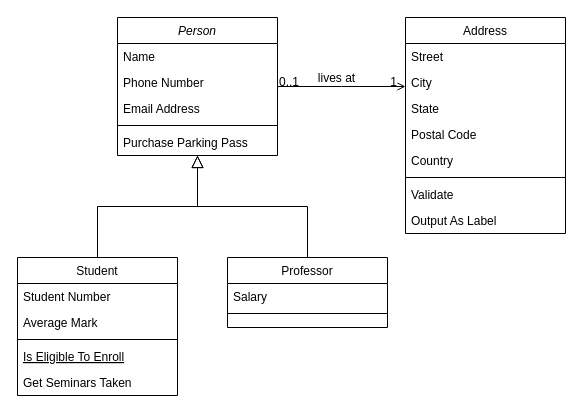
Above: AuthorBooks.drawio in tamarajovicic1/Tamara_Jovicic_SP25 (draw.io), before the change. Source tidied: cells renumbered, new cells numbered last; positions are measured from the earlier drawing's top-left corner, leaving out a move shared by most shapes. Both pictures are drawn from the tidied source at 100%, with x=0, y=0 at pixel (17, 17).
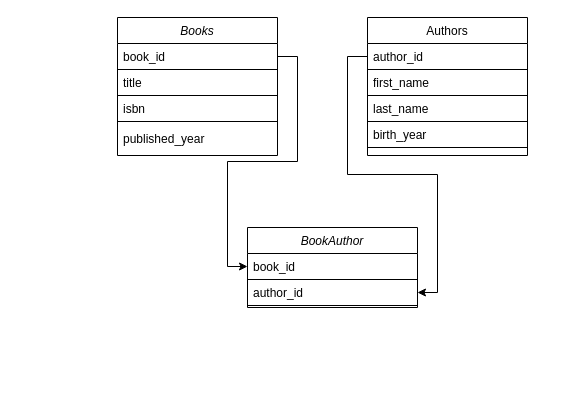
After the change.

Change to the diagram source:
```diff
@@
-    <mxCell id="2" value="Person" style="swimlane;fontStyle=2;align=center;verticalAlign=top;horizontal=1;startSize=26;rounded=0;shadow=0;strokeWidth=1;" parent="1" vertex="1">
+    <mxCell id="2" value="Books" style="swimlane;fontStyle=2;align=center;verticalAlign=top;horizontal=1;startSize=26;rounded=0;shadow=0;strokeWidth=1;" parent="1" vertex="1">
       <mxGeometry x="100" width="160" height="138" as="geometry" />
     </mxCell>
-    <mxCell id="3" value="Name" style="text;align=left;verticalAlign=top;spacingLeft=4;spacingRight=4;overflow=hidden;points=[[0,0.5],[1,0.5]];portConstraint=eastwest;" parent="2" vertex="1">
+    <mxCell id="3" value="book_id" style="text;align=left;verticalAlign=top;spacingLeft=4;spacingRight=4;overflow=hidden;points=[[0,0.5],[1,0.5]];portConstraint=eastwest;" parent="2" vertex="1">
       <mxGeometry y="26" width="160" height="26" as="geometry" />
     </mxCell>
-    <mxCell id="4" value="Phone Number" style="text;align=left;verticalAlign=top;spacingLeft=4;spacingRight=4;overflow=hidden;rounded=0;shadow=0;html=0;" parent="2" vertex="1">
+    <mxCell id="4" value="title" style="text;align=left;verticalAlign=top;spacingLeft=4;spacingRight=4;overflow=hidden;rounded=0;shadow=0;html=0;strokeColor=default;" parent="2" vertex="1">
       <mxGeometry y="52" width="160" height="26" as="geometry" />
     </mxCell>
-    <mxCell id="5" value="Email Address" style="text;align=left;verticalAlign=top;spacingLeft=4;spacingRight=4;overflow=hidden;rounded=0;shadow=0;html=0;" parent="2" vertex="1">
-      <mxGeometry y="78" width="160" height="26" as="geometry" />
+    <mxCell id="5" value="isbn" style="text;align=left;verticalAlign=top;spacingLeft=4;spacingRight=4;overflow=hidden;rounded=0;shadow=0;html=0;" parent="2" vertex="1">
+      <mxGeometry y="78" width="160" height="22" as="geometry" />
     </mxCell>
     <mxCell id="6" style="line;html=1;strokeWidth=1;align=left;verticalAlign=middle;spacingTop=-1;spacingLeft=3;spacingRight=3;labelPosition=right;" parent="2" vertex="1">
-      <mxGeometry y="104" width="160" height="8" as="geometry" />
+      <mxGeometry y="100" width="160" height="8" as="geometry" />
     </mxCell>
-    <mxCell id="7" value="Purchase Parking Pass" style="text;align=left;verticalAlign=top;spacingLeft=4;spacingRight=4;overflow=hidden;" parent="2" vertex="1">
-      <mxGeometry y="112" width="160" height="26" as="geometry" />
+    <mxCell id="7" value="published_year" style="text;align=left;verticalAlign=top;spacingLeft=4;spacingRight=4;overflow=hidden;" parent="2" vertex="1">
+      <mxGeometry y="108" width="160" height="26" as="geometry" />
     </mxCell>
-    <mxCell id="8" value="Student" style="swimlane;fontStyle=0;align=center;verticalAlign=top;horizontal=1;startSize=26;rounded=0;shadow=0;strokeWidth=1;" parent="1" vertex="1">
-      <mxGeometry y="240" width="160" height="138" as="geometry" />
-    </mxCell>
-    <mxCell id="9" value="Student Number" style="text;align=left;verticalAlign=top;spacingLeft=4;spacingRight=4;overflow=hidden;" parent="8" vertex="1">
-      <mxGeometry y="26" width="160" height="26" as="geometry" />
-    </mxCell>
-    <mxCell id="10" value="Average Mark" style="text;align=left;verticalAlign=top;spacingLeft=4;spacingRight=4;overflow=hidden;rounded=0;shadow=0;html=0;" parent="8" vertex="1">
-      <mxGeometry y="52" width="160" height="26" as="geometry" />
-    </mxCell>
-    <mxCell id="11" style="line;html=1;strokeWidth=1;align=left;verticalAlign=middle;spacingTop=-1;spacingLeft=3;spacingRight=3;labelPosition=right;" parent="8" vertex="1">
-      <mxGeometry y="78" width="160" height="8" as="geometry" />
-    </mxCell>
-    <mxCell id="12" value="Is Eligible To Enroll" style="text;align=left;verticalAlign=top;spacingLeft=4;spacingRight=4;overflow=hidden;fontStyle=4;" parent="8" vertex="1">
-      <mxGeometry y="86" width="160" height="26" as="geometry" />
-    </mxCell>
-    <mxCell id="13" value="Get Seminars Taken" style="text;align=left;verticalAlign=top;spacingLeft=4;spacingRight=4;overflow=hidden;" parent="8" vertex="1">
-      <mxGeometry y="112" width="160" height="26" as="geometry" />
-    </mxCell>
-    <mxCell id="14" style="endArrow=block;endSize=10;endFill=0;shadow=0;strokeWidth=1;rounded=0;curved=0;edgeStyle=elbowEdgeStyle;elbow=vertical;" parent="1" edge="1" source="8" target="2">
-      <mxGeometry relative="1" as="geometry" />
-    </mxCell>
-    <mxCell id="15" value="Professor" style="swimlane;fontStyle=0;align=center;verticalAlign=top;horizontal=1;startSize=26;rounded=0;shadow=0;strokeWidth=1;" parent="1" vertex="1">
-      <mxGeometry x="210" y="240" width="160" height="70" as="geometry" />
-    </mxCell>
-    <mxCell id="16" value="Salary" style="text;align=left;verticalAlign=top;spacingLeft=4;spacingRight=4;overflow=hidden;" parent="15" vertex="1">
-      <mxGeometry y="26" width="160" height="26" as="geometry" />
-    </mxCell>
-    <mxCell id="17" style="line;html=1;strokeWidth=1;align=left;verticalAlign=middle;spacingTop=-1;spacingLeft=3;spacingRight=3;labelPosition=right;" parent="15" vertex="1">
-      <mxGeometry y="52" width="160" height="8" as="geometry" />
-    </mxCell>
-    <mxCell id="18" style="endArrow=block;endSize=10;endFill=0;shadow=0;strokeWidth=1;rounded=0;curved=0;edgeStyle=elbowEdgeStyle;elbow=vertical;" parent="1" edge="1" source="15" target="2">
-      <mxGeometry relative="1" as="geometry" />
-    </mxCell>
-    <mxCell id="19" value="Address" style="swimlane;fontStyle=0;align=center;verticalAlign=top;horizontal=1;startSize=26;rounded=0;shadow=0;strokeWidth=1;" parent="1" vertex="1">
-      <mxGeometry x="388" width="160" height="216" as="geometry" />
+    <mxCell id="19" value="Authors" style="swimlane;fontStyle=0;align=center;verticalAlign=top;horizontal=1;startSize=26;rounded=0;shadow=0;strokeWidth=1;" parent="1" vertex="1">
+      <mxGeometry x="350" width="160" height="138" as="geometry" />
     </mxCell>
-    <mxCell id="20" value="Street" style="text;align=left;verticalAlign=top;spacingLeft=4;spacingRight=4;overflow=hidden;points=[[0,0.5],[1,0.5]];portConstraint=eastwest;" parent="19" vertex="1">
+    <mxCell id="20" value="author_id" style="text;align=left;verticalAlign=top;spacingLeft=4;spacingRight=4;overflow=hidden;points=[[0,0.5],[1,0.5]];portConstraint=eastwest;" parent="19" vertex="1">
       <mxGeometry y="26" width="160" height="26" as="geometry" />
     </mxCell>
-    <mxCell id="21" value="City" style="text;align=left;verticalAlign=top;spacingLeft=4;spacingRight=4;overflow=hidden;rounded=0;shadow=0;html=0;" parent="19" vertex="1">
+    <mxCell id="21" value="first_name    " style="text;align=left;verticalAlign=top;spacingLeft=4;spacingRight=4;overflow=hidden;rounded=0;shadow=0;html=0;strokeColor=default;" parent="19" vertex="1">
       <mxGeometry y="52" width="160" height="26" as="geometry" />
     </mxCell>
-    <mxCell id="22" value="State" style="text;align=left;verticalAlign=top;spacingLeft=4;spacingRight=4;overflow=hidden;rounded=0;shadow=0;html=0;" parent="19" vertex="1">
+    <mxCell id="22" value="last_name" style="text;align=left;verticalAlign=top;spacingLeft=4;spacingRight=4;overflow=hidden;rounded=0;shadow=0;html=0;strokeColor=default;" parent="19" vertex="1">
       <mxGeometry y="78" width="160" height="26" as="geometry" />
     </mxCell>
-    <mxCell id="23" value="Postal Code" style="text;align=left;verticalAlign=top;spacingLeft=4;spacingRight=4;overflow=hidden;rounded=0;shadow=0;html=0;" parent="19" vertex="1">
+    <mxCell id="23" value="birth_year" style="text;align=left;verticalAlign=top;spacingLeft=4;spacingRight=4;overflow=hidden;rounded=0;shadow=0;html=0;strokeColor=default;" parent="19" vertex="1">
       <mxGeometry y="104" width="160" height="26" as="geometry" />
     </mxCell>
-    <mxCell id="24" value="Country" style="text;align=left;verticalAlign=top;spacingLeft=4;spacingRight=4;overflow=hidden;rounded=0;shadow=0;html=0;" parent="19" vertex="1">
-      <mxGeometry y="130" width="160" height="26" as="geometry" />
-    </mxCell>
-    <mxCell id="25" style="line;html=1;strokeWidth=1;align=left;verticalAlign=middle;spacingTop=-1;spacingLeft=3;spacingRight=3;labelPosition=right;" parent="19" vertex="1">
-      <mxGeometry y="156" width="160" height="8" as="geometry" />
+    <mxCell id="25" style="line;html=1;strokeWidth=1;align=left;verticalAlign=middle;spacingTop=-1;spacingLeft=3;spacingRight=3;labelPosition=right;strokeColor=none;" parent="19" vertex="1">
+      <mxGeometry y="130" width="160" height="8" as="geometry" />
     </mxCell>
-    <mxCell id="26" value="Validate" style="text;align=left;verticalAlign=top;spacingLeft=4;spacingRight=4;overflow=hidden;" parent="19" vertex="1">
-      <mxGeometry y="164" width="160" height="26" as="geometry" />
-    </mxCell>
-    <mxCell id="27" value="Output As Label" style="text;align=left;verticalAlign=top;spacingLeft=4;spacingRight=4;overflow=hidden;" parent="19" vertex="1">
-      <mxGeometry y="190" width="160" height="26" as="geometry" />
-    </mxCell>
-    <mxCell id="28" style="endArrow=open;shadow=0;strokeWidth=1;rounded=0;curved=0;endFill=1;edgeStyle=elbowEdgeStyle;elbow=vertical;" parent="1" edge="1" source="2" target="19">
-      <mxGeometry x="0.5" y="41" relative="1" as="geometry">
-        <mxPoint x="-40" y="32" as="offset" />
-      </mxGeometry>
-    </mxCell>
-    <mxCell id="29" value="0..1" style="align=left;verticalAlign=bottom;labelBackgroundColor=none;fontSize=12;" parent="28" vertex="1">
-      <mxGeometry x="-1" relative="1" as="geometry">
-        <mxPoint y="4" as="offset" />
-      </mxGeometry>
-    </mxCell>
-    <mxCell id="30" value="1" style="align=right;verticalAlign=bottom;labelBackgroundColor=none;fontSize=12;" parent="28" vertex="1">
-      <mxGeometry x="1" relative="1" as="geometry">
-        <mxPoint x="-7" y="4" as="offset" />
-      </mxGeometry>
-    </mxCell>
-    <mxCell id="31" value="lives at" style="text;html=1;align=center;verticalAlign=middle;labelBackgroundColor=none;rounded=0;shadow=0;strokeWidth=1;fontSize=12;" parent="28" vertex="1">
-      <mxGeometry x="0.5" y="49" relative="1" as="geometry">
-        <mxPoint x="-38" y="40" as="offset" />
-      </mxGeometry>
-    </mxCell>
+    <mxCell id="32" value="BookAuthor" style="swimlane;fontStyle=2;align=center;verticalAlign=top;horizontal=1;startSize=26;rounded=0;shadow=0;strokeWidth=1;" parent="1" vertex="1">
+      <mxGeometry x="230" y="210" width="170" height="80" as="geometry" />
+    </mxCell>
+    <mxCell id="33" value="book_id" style="text;align=left;verticalAlign=top;spacingLeft=4;spacingRight=4;overflow=hidden;points=[[0,0.5],[1,0.5]];portConstraint=eastwest;" parent="32" vertex="1">
+      <mxGeometry y="26" width="170" height="26" as="geometry" />
+    </mxCell>
+    <mxCell id="34" value="author_id" style="text;align=left;verticalAlign=top;spacingLeft=4;spacingRight=4;overflow=hidden;points=[[0,0.5],[1,0.5]];portConstraint=eastwest;rounded=0;shadow=0;html=0;strokeColor=default;" parent="32" vertex="1">
+      <mxGeometry y="52" width="170" height="26" as="geometry" />
+    </mxCell>
+    <mxCell id="35" style="edgeStyle=orthogonalEdgeStyle;rounded=0;jettySize=auto;html=1;exitX=0;exitY=0.5;exitDx=0;exitDy=0;entryX=1;entryY=0.5;entryDx=0;entryDy=0;" parent="1" edge="1" source="20" target="34">
+      <mxGeometry relative="1" as="geometry" />
+    </mxCell>
+    <mxCell id="36" style="edgeStyle=orthogonalEdgeStyle;rounded=0;jettySize=auto;html=1;exitX=1;exitY=0.5;exitDx=0;exitDy=0;" parent="1" edge="1" source="3" target="33">
+      <mxGeometry relative="1" as="geometry" />
+    </mxCell>
```
